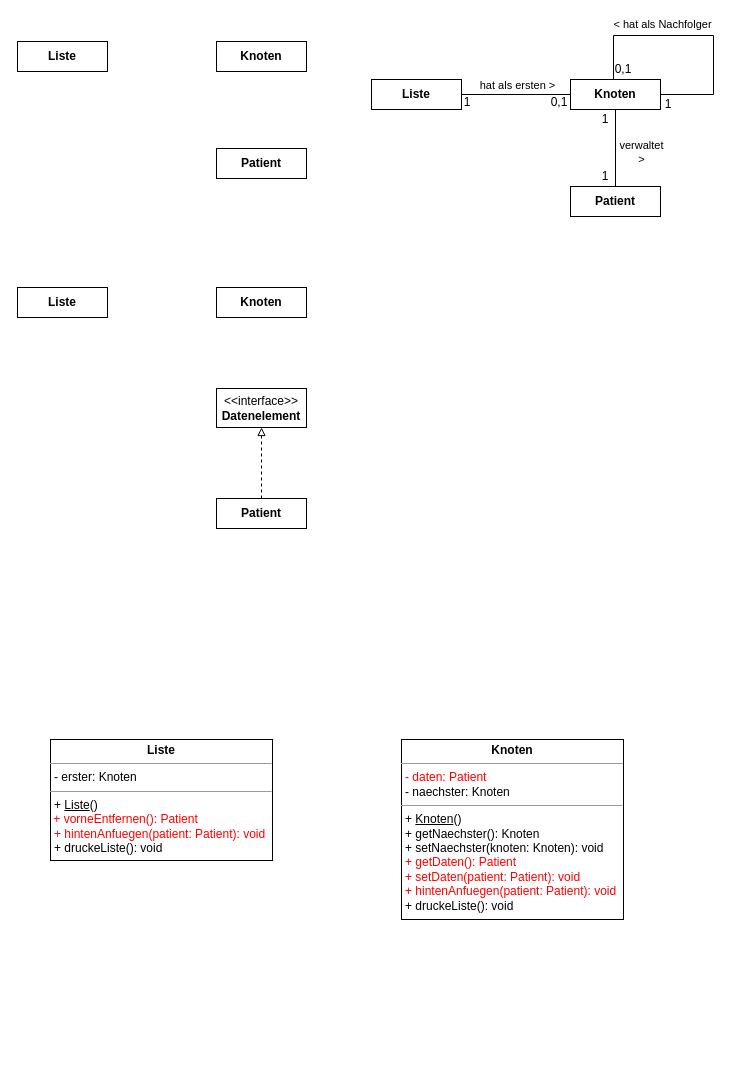
The draw.io diagram page "Seite-4" (4 of 6) of Liste.drawio in JoernWVSG/diagram, before the edit. Source tidied: cells renumbered, new cells numbered last; positions are measured from the earlier drawing's top-left corner, leaving out a move shared by most shapes. Both pictures are drawn from the tidied source at 100%, with x=0, y=0 at pixel (17, 35).
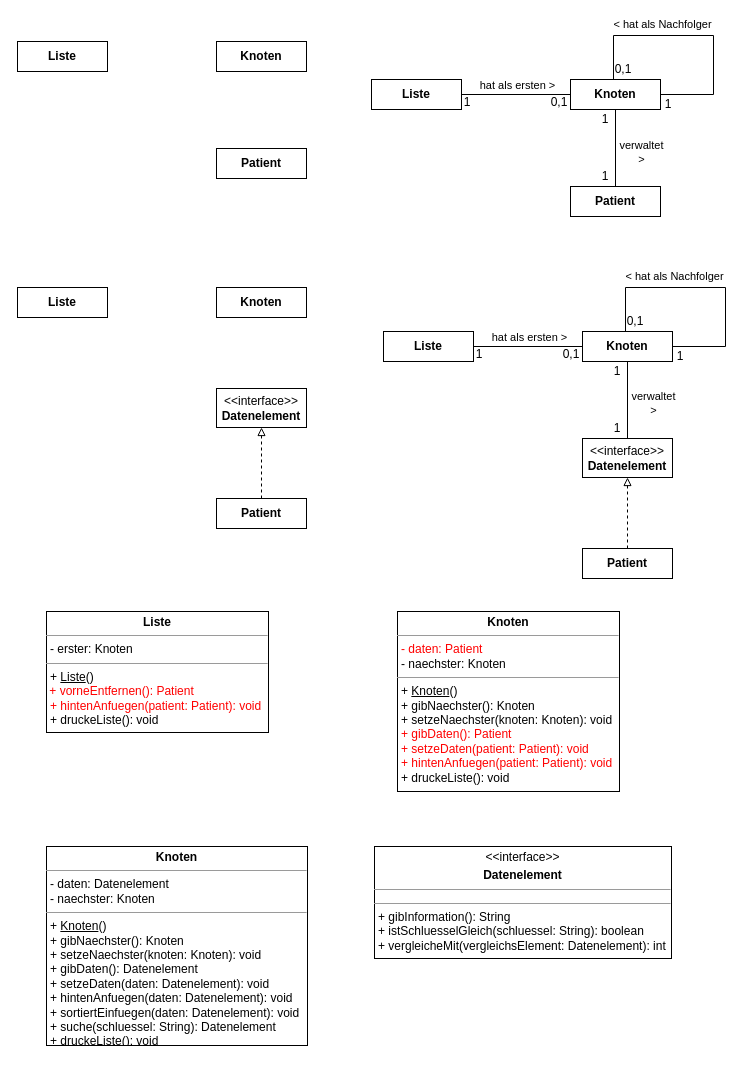
Above is the later version.

The edit, as a diff of the source:
```diff
@@
+    <mxCell id="27" value="&lt;p style=&quot;margin: 0px ; margin-top: 4px ; text-align: center&quot;&gt;&amp;lt;&amp;lt;interface&amp;gt;&amp;gt;&lt;/p&gt;&lt;p style=&quot;margin: 0px ; margin-top: 4px ; text-align: center&quot;&gt;&lt;b&gt;Datenelement&lt;/b&gt;&lt;br&gt;&lt;/p&gt;&lt;hr size=&quot;1&quot;&gt;&lt;p style=&quot;margin: 0px 0px 0px 4px; font-size: 1px;&quot;&gt;&lt;br&gt;&lt;/p&gt;&lt;hr size=&quot;1&quot;&gt;&lt;p style=&quot;margin: 0px ; margin-left: 4px&quot;&gt;+ gibInformation(): String&lt;/p&gt;&lt;p style=&quot;margin: 0px ; margin-left: 4px&quot;&gt;+ istSchluesselGleich(schluessel: String): boolean&lt;/p&gt;&lt;p style=&quot;margin: 0px ; margin-left: 4px&quot;&gt;+ vergleicheMit(vergleichsElement: Datenelement): int&lt;/p&gt;" style="verticalAlign=top;align=left;overflow=fill;fontSize=12;fontFamily=Helvetica;html=1;" parent="1" vertex="1">
+      <mxGeometry x="357" y="811" width="297" height="112" as="geometry" />
+    </mxCell>
@@
     <mxCell id="20" value="&lt;p style=&quot;margin: 0px ; margin-top: 4px ; text-align: center&quot;&gt;&lt;b&gt;Liste&lt;/b&gt;&lt;br&gt;&lt;/p&gt;&lt;hr size=&quot;1&quot;&gt;&lt;p style=&quot;margin: 0px ; margin-left: 4px&quot;&gt;- erster: Knoten&lt;/p&gt;&lt;hr size=&quot;1&quot;&gt;&lt;p style=&quot;margin: 0px ; margin-left: 4px&quot;&gt;+ &lt;u&gt;Liste&lt;/u&gt;()&lt;/p&gt;&amp;nbsp;&lt;font color=&quot;#ff0000&quot;&gt;+ vorneEntfernen(): Patient&lt;/font&gt;&lt;p style=&quot;margin: 0px ; margin-left: 4px&quot;&gt;&lt;font color=&quot;#ff0000&quot;&gt;+ hintenAnfuegen(patient: Patient): void&lt;/font&gt;&lt;/p&gt;&lt;p style=&quot;margin: 0px ; margin-left: 4px&quot;&gt;+ druckeListe(): void&lt;br&gt;&lt;/p&gt;" style="verticalAlign=top;align=left;overflow=fill;fontSize=12;fontFamily=Helvetica;html=1;" parent="1" vertex="1">
-      <mxGeometry x="33" y="704" width="222" height="121" as="geometry" />
+      <mxGeometry x="29" y="576" width="222" height="121" as="geometry" />
     </mxCell>
-    <mxCell id="21" value="&lt;p style=&quot;margin: 0px ; margin-top: 4px ; text-align: center&quot;&gt;&lt;b&gt;Knoten&lt;/b&gt;&lt;br&gt;&lt;/p&gt;&lt;hr size=&quot;1&quot;&gt;&lt;p style=&quot;margin: 0px ; margin-left: 4px&quot;&gt;&lt;font color=&quot;#ff0000&quot;&gt;- daten: Patient&lt;/font&gt;&lt;br&gt;&lt;/p&gt;&lt;p style=&quot;margin: 0px ; margin-left: 4px&quot;&gt;- naechster: Knoten&lt;/p&gt;&lt;hr size=&quot;1&quot;&gt;&lt;p style=&quot;margin: 0px ; margin-left: 4px&quot;&gt;+ &lt;u&gt;Knoten&lt;/u&gt;()&lt;/p&gt;&lt;p style=&quot;margin: 0px ; margin-left: 4px&quot;&gt;+ getNaechster(): Knoten&lt;/p&gt;&lt;p style=&quot;margin: 0px ; margin-left: 4px&quot;&gt;+ setNaechster(knoten: Knoten): void&lt;/p&gt;&lt;p style=&quot;margin: 0px ; margin-left: 4px&quot;&gt;&lt;font color=&quot;#ff0000&quot;&gt;+ getDaten(): Patient&lt;/font&gt;&lt;/p&gt;&lt;p style=&quot;margin: 0px ; margin-left: 4px&quot;&gt;&lt;font color=&quot;#ff0000&quot;&gt;+ setDaten(patient: Patient): void&lt;/font&gt;&lt;/p&gt;&lt;p style=&quot;margin: 0px ; margin-left: 4px&quot;&gt;&lt;font color=&quot;#ff0000&quot;&gt;+ hintenAnfuegen(patient: Patient): void&lt;/font&gt;&lt;/p&gt;&lt;p style=&quot;margin: 0px ; margin-left: 4px&quot;&gt;+ druckeListe(): void&lt;br&gt;&lt;/p&gt;&lt;p style=&quot;margin: 0px ; margin-left: 4px&quot;&gt;&lt;br&gt;&lt;/p&gt;&lt;p style=&quot;margin: 0px ; margin-left: 4px&quot;&gt;&lt;br&gt;&lt;/p&gt;&amp;nbsp;" style="verticalAlign=top;align=left;overflow=fill;fontSize=12;fontFamily=Helvetica;html=1;" parent="1" vertex="1">
-      <mxGeometry x="384" y="704" width="222" height="180" as="geometry" />
+    <mxCell id="21" value="&lt;p style=&quot;margin: 0px ; margin-top: 4px ; text-align: center&quot;&gt;&lt;b&gt;Knoten&lt;/b&gt;&lt;br&gt;&lt;/p&gt;&lt;hr size=&quot;1&quot;&gt;&lt;p style=&quot;margin: 0px ; margin-left: 4px&quot;&gt;&lt;font color=&quot;#ff0000&quot;&gt;- daten: Patient&lt;/font&gt;&lt;br&gt;&lt;/p&gt;&lt;p style=&quot;margin: 0px ; margin-left: 4px&quot;&gt;- naechster: Knoten&lt;/p&gt;&lt;hr size=&quot;1&quot;&gt;&lt;p style=&quot;margin: 0px ; margin-left: 4px&quot;&gt;+ &lt;u&gt;Knoten&lt;/u&gt;()&lt;/p&gt;&lt;p style=&quot;margin: 0px ; margin-left: 4px&quot;&gt;+ gibNaechster(): Knoten&lt;/p&gt;&lt;p style=&quot;margin: 0px ; margin-left: 4px&quot;&gt;+ setzeNaechster(knoten: Knoten): void&lt;/p&gt;&lt;p style=&quot;margin: 0px ; margin-left: 4px&quot;&gt;&lt;font color=&quot;#ff0000&quot;&gt;+ gibDaten(): Patient&lt;/font&gt;&lt;/p&gt;&lt;p style=&quot;margin: 0px ; margin-left: 4px&quot;&gt;&lt;font color=&quot;#ff0000&quot;&gt;+ setzeDaten(patient: Patient): void&lt;/font&gt;&lt;/p&gt;&lt;p style=&quot;margin: 0px ; margin-left: 4px&quot;&gt;&lt;font color=&quot;#ff0000&quot;&gt;+ hintenAnfuegen(patient: Patient): void&lt;/font&gt;&lt;/p&gt;&lt;p style=&quot;margin: 0px ; margin-left: 4px&quot;&gt;+ druckeListe(): void&lt;br&gt;&lt;/p&gt;&lt;p style=&quot;margin: 0px ; margin-left: 4px&quot;&gt;&lt;br&gt;&lt;/p&gt;&lt;p style=&quot;margin: 0px ; margin-left: 4px&quot;&gt;&lt;br&gt;&lt;/p&gt;&amp;nbsp;" style="verticalAlign=top;align=left;overflow=fill;fontSize=12;fontFamily=Helvetica;html=1;" parent="1" vertex="1">
+      <mxGeometry x="380" y="576" width="222" height="180" as="geometry" />
     </mxCell>
@@
+    <mxCell id="28" value="&lt;p style=&quot;margin: 0px ; margin-top: 4px ; text-align: center&quot;&gt;&lt;b&gt;Knoten&lt;/b&gt;&lt;br&gt;&lt;/p&gt;&lt;hr size=&quot;1&quot;&gt;&lt;p style=&quot;margin: 0px ; margin-left: 4px&quot;&gt;- daten: Datenelement&lt;br&gt;&lt;/p&gt;&lt;p style=&quot;margin: 0px ; margin-left: 4px&quot;&gt;- naechster: Knoten&lt;/p&gt;&lt;hr size=&quot;1&quot;&gt;&lt;p style=&quot;margin: 0px ; margin-left: 4px&quot;&gt;+ &lt;u&gt;Knoten&lt;/u&gt;()&lt;/p&gt;&lt;p style=&quot;margin: 0px ; margin-left: 4px&quot;&gt;+ gibNaechster(): Knoten&lt;/p&gt;&lt;p style=&quot;margin: 0px ; margin-left: 4px&quot;&gt;+ setzeNaechster(knoten: Knoten): void&lt;/p&gt;&lt;p style=&quot;margin: 0px ; margin-left: 4px&quot;&gt;+ gibDaten(): Datenelement&lt;/p&gt;&lt;p style=&quot;margin: 0px ; margin-left: 4px&quot;&gt;+ setzeDaten(daten: Datenelement): void&lt;/p&gt;&lt;p style=&quot;margin: 0px ; margin-left: 4px&quot;&gt;+ hintenAnfuegen(daten: Datenelement): void&lt;/p&gt;&lt;p style=&quot;margin: 0px ; margin-left: 4px&quot;&gt;+ sortiertEinfuegen(daten: Datenelement): void&lt;/p&gt;&lt;p style=&quot;margin: 0px ; margin-left: 4px&quot;&gt;+ suche(schluessel: String): Datenelement&lt;/p&gt;&lt;p style=&quot;margin: 0px ; margin-left: 4px&quot;&gt;+ druckeListe(): void&lt;br&gt;&lt;/p&gt;&lt;p style=&quot;margin: 0px ; margin-left: 4px&quot;&gt;&lt;br&gt;&lt;/p&gt;&lt;p style=&quot;margin: 0px ; margin-left: 4px&quot;&gt;&lt;br&gt;&lt;/p&gt;&amp;nbsp;" style="verticalAlign=top;align=left;overflow=fill;fontSize=12;fontFamily=Helvetica;html=1;" parent="1" vertex="1">
+      <mxGeometry x="29" y="811" width="261" height="199" as="geometry" />
+    </mxCell>
+    <mxCell id="29" style="edgeStyle=orthogonalEdgeStyle;rounded=0;jettySize=auto;html=1;endArrow=none;endFill=0;" parent="1" edge="1" source="31" target="34">
+      <mxGeometry relative="1" as="geometry" />
+    </mxCell>
+    <mxCell id="30" value="hat als ersten &amp;gt;" style="edgeLabel;html=1;align=center;verticalAlign=middle;" parent="29" vertex="1">
+      <mxGeometry x="-0.06" y="2" relative="1" as="geometry">
+        <mxPoint x="4" y="-8" as="offset" />
+      </mxGeometry>
+    </mxCell>
+    <mxCell id="31" value="&lt;b&gt;Liste&lt;/b&gt;" style="html=1;whiteSpace=wrap;" parent="1" vertex="1">
+      <mxGeometry x="366" y="296" width="90" height="30" as="geometry" />
+    </mxCell>
+    <mxCell id="32" style="edgeStyle=orthogonalEdgeStyle;rounded=0;jettySize=auto;html=1;exitX=0.5;exitY=1;exitDx=0;exitDy=0;entryX=0.5;entryY=0;entryDx=0;entryDy=0;endArrow=none;endFill=0;" parent="1" edge="1" source="34">
+      <mxGeometry relative="1" as="geometry">
+        <mxPoint x="610" y="403" as="targetPoint" />
+      </mxGeometry>
+    </mxCell>
+    <mxCell id="33" value="&lt;div&gt;verwaltet&lt;/div&gt;&lt;div&gt;&amp;gt;&lt;br&gt;&lt;/div&gt;" style="edgeLabel;html=1;align=center;verticalAlign=middle;" parent="32" vertex="1">
+      <mxGeometry x="0.12" y="-3" relative="1" as="geometry">
+        <mxPoint x="28" y="-1" as="offset" />
+      </mxGeometry>
+    </mxCell>
+    <mxCell id="34" value="&lt;b&gt;Knoten&lt;/b&gt;" style="html=1;whiteSpace=wrap;" parent="1" vertex="1">
+      <mxGeometry x="565" y="296" width="90" height="30" as="geometry" />
+    </mxCell>
+    <mxCell id="35" value="1" style="text;html=1;align=center;verticalAlign=middle;whiteSpace=wrap;rounded=0;" parent="1" vertex="1">
+      <mxGeometry x="453" y="309" width="18" height="20" as="geometry" />
+    </mxCell>
+    <mxCell id="36" value="0,1" style="text;html=1;align=center;verticalAlign=middle;whiteSpace=wrap;rounded=0;" parent="1" vertex="1">
+      <mxGeometry x="545" y="309" width="18" height="20" as="geometry" />
+    </mxCell>
+    <mxCell id="37" style="edgeStyle=orthogonalEdgeStyle;rounded=0;orthogonalLoop=1;jettySize=auto;html=1;exitX=1;exitY=0.5;exitDx=0;exitDy=0;entryX=0.5;entryY=0;entryDx=0;entryDy=0;endArrow=none;endFill=0;" parent="1" edge="1" source="34" target="34">
+      <mxGeometry relative="1" as="geometry">
+        <Array as="points">
+          <mxPoint x="708" y="311" />
+          <mxPoint x="708" y="252" />
+          <mxPoint x="608" y="252" />
+          <mxPoint x="608" y="296" />
+        </Array>
+      </mxGeometry>
+    </mxCell>
+    <mxCell id="38" value="&amp;lt; hat als Nachfolger" style="edgeLabel;html=1;align=center;verticalAlign=middle;" parent="37" vertex="1">
+      <mxGeometry x="0.12" y="1" relative="1" as="geometry">
+        <mxPoint x="-20" y="-13" as="offset" />
+      </mxGeometry>
+    </mxCell>
+    <mxCell id="39" value="0,1" style="text;html=1;align=center;verticalAlign=middle;whiteSpace=wrap;rounded=0;" parent="1" vertex="1">
+      <mxGeometry x="609" y="276" width="18" height="20" as="geometry" />
+    </mxCell>
+    <mxCell id="40" value="1" style="text;html=1;align=center;verticalAlign=middle;whiteSpace=wrap;rounded=0;" parent="1" vertex="1">
+      <mxGeometry x="654" y="311" width="18" height="20" as="geometry" />
+    </mxCell>
+    <mxCell id="41" value="1" style="text;html=1;align=center;verticalAlign=middle;whiteSpace=wrap;rounded=0;" parent="1" vertex="1">
+      <mxGeometry x="591" y="326" width="18" height="20" as="geometry" />
+    </mxCell>
+    <mxCell id="42" value="1" style="text;html=1;align=center;verticalAlign=middle;whiteSpace=wrap;rounded=0;" parent="1" vertex="1">
+      <mxGeometry x="591" y="383" width="18" height="20" as="geometry" />
+    </mxCell>
+    <mxCell id="43" value="&amp;lt;&amp;lt;interface&amp;gt;&amp;gt;&lt;br&gt;&lt;div&gt;&lt;b&gt;Datenelement&lt;/b&gt;&lt;/div&gt;" style="html=1;whiteSpace=wrap;" parent="1" vertex="1">
+      <mxGeometry x="565" y="403" width="90" height="39" as="geometry" />
+    </mxCell>
+    <mxCell id="44" style="edgeStyle=orthogonalEdgeStyle;rounded=0;jettySize=auto;html=1;dashed=1;endArrow=block;endFill=0;" parent="1" edge="1" source="45" target="43">
+      <mxGeometry relative="1" as="geometry" />
+    </mxCell>
+    <mxCell id="45" value="&lt;b&gt;Patient&lt;/b&gt;" style="html=1;whiteSpace=wrap;" parent="1" vertex="1">
+      <mxGeometry x="565" y="513" width="90" height="30" as="geometry" />
+    </mxCell>
```
